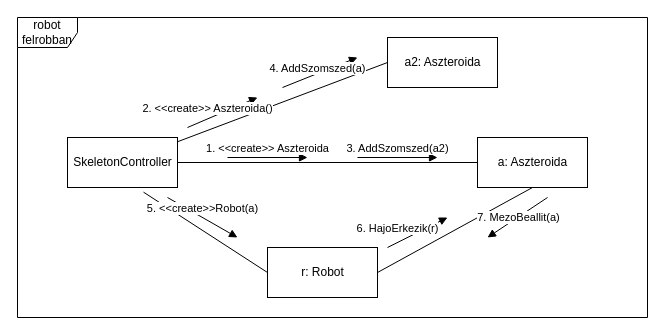
Earlier version of the draw.io diagram page "robot felrobban" (3 of 4) of doc/kommunikacio/kom_UranLerak.drawio (torpeBoiGo/aszteroidabanyaszat). Source tidied: cells renumbered, new cells numbered last; positions are measured from the earlier drawing's top-left corner, leaving out a move shared by most shapes. Both pictures are drawn from the tidied source at 100%, with x=0, y=0 at pixel (17, 17).
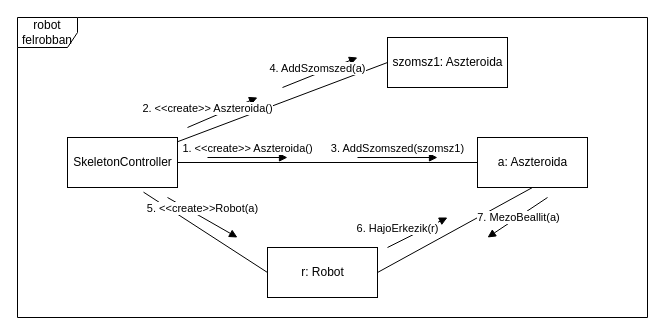
The same page after the edit.

Commit message:
Update kom_UranLerak.drawio: robot felrobbannal objektum atnevezes

What changed in the source:
```diff
@@
-    <mxCell id="5" value="a2: Aszteroida" style="html=1;" parent="1" vertex="1">
-      <mxGeometry x="370" y="20" width="110" height="50" as="geometry" />
+    <mxCell id="5" value="szomsz1: Aszteroida" style="html=1;" parent="1" vertex="1">
+      <mxGeometry x="370" y="20" width="120" height="50" as="geometry" />
     </mxCell>
@@
-    <mxCell id="11" value="1. &amp;lt;&amp;lt;create&amp;gt;&amp;gt; Aszteroida" style="html=1;verticalAlign=bottom;endArrow=block;" parent="1" edge="1">
+    <mxCell id="11" value="1. &amp;lt;&amp;lt;create&amp;gt;&amp;gt; Aszteroida()" style="html=1;verticalAlign=bottom;endArrow=block;" parent="1" edge="1">
       <mxGeometry relative="1" as="geometry">
-        <mxPoint x="210" y="140" as="sourcePoint" />
-        <mxPoint x="290" y="140" as="targetPoint" />
+        <mxPoint x="190" y="140" as="sourcePoint" />
+        <mxPoint x="270" y="140" as="targetPoint" />
       </mxGeometry>
     </mxCell>
@@
-    <mxCell id="13" value="3. AddSzomszed(a2)" style="html=1;verticalAlign=bottom;endArrow=block;" parent="1" edge="1">
+    <mxCell id="13" value="3. AddSzomszed(szomsz1)" style="html=1;verticalAlign=bottom;endArrow=block;" parent="1" edge="1">
       <mxGeometry relative="1" as="geometry">
         <mxPoint x="340" y="140" as="sourcePoint" />
         <mxPoint x="420" y="140" as="targetPoint" />
       </mxGeometry>
     </mxCell>
```
